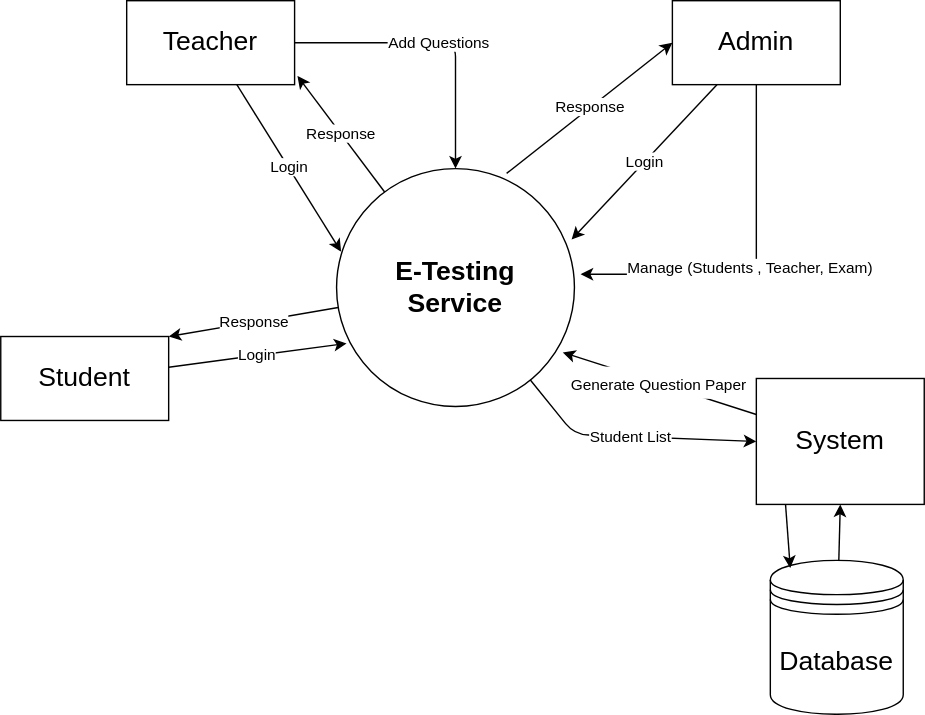
The draw.io diagram DFD lvl 0 .drawio.svg in Zaeem6100/FYP-Documents, before a commit. Source tidied: cells renumbered, new cells last; positions are measured from the earlier drawing's top-left corner, leaving out a move shared by most shapes.
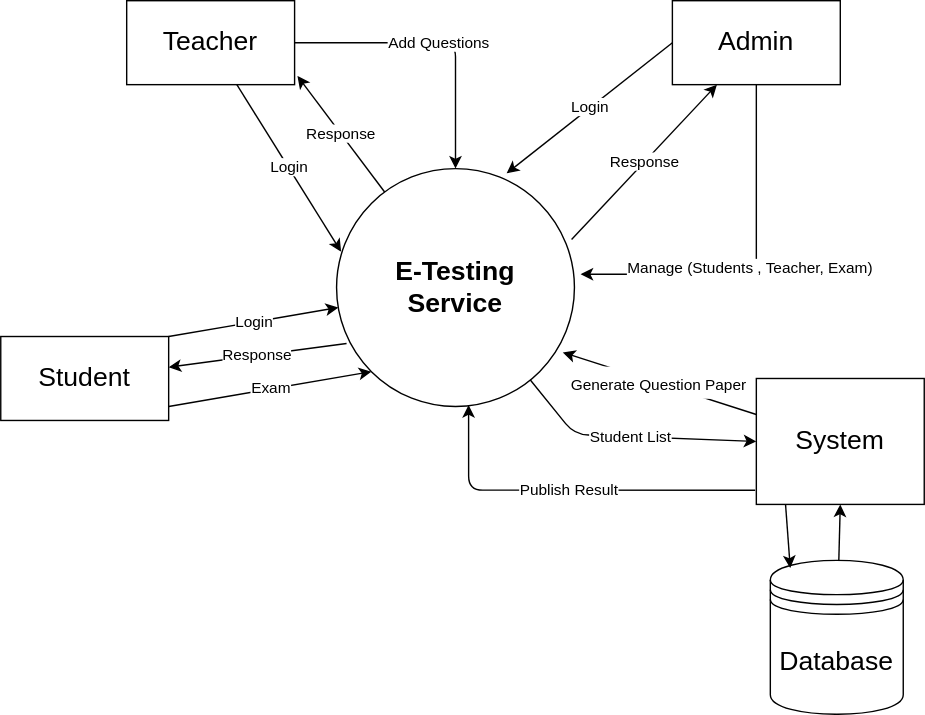
The same diagram one commit later.

Commit message:
Done DFD lvl 0

Diff of the diagram source:
```diff
@@ -5,7 +5,7 @@
     <mxCell id="2" value="Response" style="edgeStyle=none;rounded=1;jettySize=auto;html=1;entryX=1.017;entryY=0.897;entryDx=0;entryDy=0;fontSize=11;startArrow=none;startFill=0;endArrow=classic;endFill=1;entryPerimeter=0;" parent="1" edge="1" source="4" target="11">
       <mxGeometry relative="1" as="geometry" />
     </mxCell>
-    <mxCell id="3" value="Response" style="edgeStyle=none;rounded=1;jettySize=auto;html=1;entryX=1;entryY=0;entryDx=0;entryDy=0;fontSize=11;startArrow=none;startFill=0;endArrow=classic;endFill=1;" parent="1" edge="1" source="4" target="8">
+    <mxCell id="3" value="Login" style="edgeStyle=none;rounded=1;jettySize=auto;html=1;entryX=1;entryY=0;entryDx=0;entryDy=0;fontSize=11;startArrow=classic;startFill=1;endArrow=none;endFill=0;" parent="1" edge="1" source="4" target="8">
       <mxGeometry relative="1" as="geometry" />
     </mxCell>
     <mxCell id="4" value="&lt;div style=&quot;&quot;&gt;&lt;b style=&quot;background-color: initial;&quot;&gt;&lt;font style=&quot;font-size: 19px;&quot;&gt;E-Testing&lt;/font&gt;&lt;/b&gt;&lt;/div&gt;&lt;b&gt;&lt;div style=&quot;&quot;&gt;&lt;b style=&quot;background-color: initial;&quot;&gt;&lt;font style=&quot;font-size: 19px;&quot;&gt;Service&lt;/font&gt;&lt;/b&gt;&lt;/div&gt;&lt;/b&gt;" style="ellipse;whiteSpace=wrap;html=1;align=center;" parent="1" vertex="1">
@@ -17,9 +17,14 @@
     <mxCell id="6" value="Database" style="shape=datastore;whiteSpace=wrap;html=1;fontSize=19;" parent="1" vertex="1">
       <mxGeometry x="550" y="400" width="95" height="110" as="geometry" />
     </mxCell>
-    <mxCell id="7" value="Login" style="edgeStyle=none;rounded=1;jettySize=auto;html=1;entryX=0.042;entryY=0.735;entryDx=0;entryDy=0;fontSize=11;startArrow=none;startFill=0;endArrow=classic;endFill=1;entryPerimeter=0;" parent="1" edge="1" source="8" target="4">
+    <mxCell id="7" value="Response" style="edgeStyle=none;rounded=1;jettySize=auto;html=1;entryX=0.042;entryY=0.735;entryDx=0;entryDy=0;fontSize=11;startArrow=classic;startFill=1;endArrow=none;endFill=0;entryPerimeter=0;" parent="1" edge="1" source="8" target="4">
       <mxGeometry relative="1" as="geometry" />
     </mxCell>
+    <mxCell id="20" value="Exam" style="rounded=1;jettySize=auto;html=1;entryX=0;entryY=1;entryDx=0;entryDy=0;fontSize=11;startArrow=none;startFill=0;endArrow=classic;endFill=1;" parent="1" edge="1" target="4">
+      <mxGeometry relative="1" as="geometry">
+        <mxPoint x="120" y="290" as="sourcePoint" />
+      </mxGeometry>
+    </mxCell>
     <mxCell id="8" value="Student" style="rounded=0;whiteSpace=wrap;html=1;fontSize=19;" parent="1" vertex="1">
       <mxGeometry y="240" width="120" height="60" as="geometry" />
     </mxCell>
@@ -32,10 +37,10 @@
     <mxCell id="11" value="Teacher" style="rounded=0;whiteSpace=wrap;html=1;fontSize=19;" parent="1" vertex="1">
       <mxGeometry x="90" width="120" height="60" as="geometry" />
     </mxCell>
-    <mxCell id="12" value="Response" style="edgeStyle=none;rounded=1;jettySize=auto;html=1;entryX=0.715;entryY=0.02;entryDx=0;entryDy=0;entryPerimeter=0;fontSize=11;startArrow=classic;startFill=1;endArrow=none;endFill=0;exitX=0;exitY=0.5;exitDx=0;exitDy=0;" parent="1" edge="1" source="15" target="4">
+    <mxCell id="12" value="Login" style="edgeStyle=none;rounded=1;jettySize=auto;html=1;entryX=0.715;entryY=0.02;entryDx=0;entryDy=0;entryPerimeter=0;fontSize=11;startArrow=none;startFill=0;endArrow=classic;endFill=1;exitX=0;exitY=0.5;exitDx=0;exitDy=0;" parent="1" edge="1" source="15" target="4">
       <mxGeometry relative="1" as="geometry" />
     </mxCell>
-    <mxCell id="13" value="Login" style="edgeStyle=none;rounded=1;jettySize=auto;html=1;entryX=0.988;entryY=0.298;entryDx=0;entryDy=0;entryPerimeter=0;fontSize=11;startArrow=none;startFill=0;endArrow=classic;endFill=1;" parent="1" edge="1" source="15" target="4">
+    <mxCell id="13" value="Response" style="edgeStyle=none;rounded=1;jettySize=auto;html=1;entryX=0.988;entryY=0.298;entryDx=0;entryDy=0;entryPerimeter=0;fontSize=11;startArrow=classic;startFill=1;endArrow=none;endFill=0;" parent="1" edge="1" source="15" target="4">
       <mxGeometry relative="1" as="geometry" />
     </mxCell>
     <mxCell id="14" value="Manage (Students , Teacher, Exam)&amp;nbsp; &amp;nbsp;" style="edgeStyle=orthogonalEdgeStyle;rounded=1;jettySize=auto;html=1;entryX=1.026;entryY=0.444;entryDx=0;entryDy=0;entryPerimeter=0;fontSize=11;startArrow=none;startFill=0;endArrow=classic;endFill=1;" parent="1" edge="1" source="15" target="4">
@@ -61,6 +66,9 @@
     <mxCell id="18" style="rounded=1;jettySize=auto;html=1;entryX=0.15;entryY=0.05;entryDx=0;entryDy=0;entryPerimeter=0;fontSize=11;startArrow=none;startFill=0;endArrow=classic;endFill=1;exitX=0.173;exitY=0.983;exitDx=0;exitDy=0;exitPerimeter=0;" parent="1" edge="1" source="19" target="6">
       <mxGeometry relative="1" as="geometry" />
     </mxCell>
+    <mxCell id="21" value="Publish Result" style="edgeStyle=orthogonalEdgeStyle;rounded=1;jettySize=auto;html=1;entryX=0.555;entryY=0.994;entryDx=0;entryDy=0;entryPerimeter=0;fontSize=11;startArrow=none;startFill=0;endArrow=classic;endFill=1;exitX=-0.007;exitY=0.887;exitDx=0;exitDy=0;exitPerimeter=0;" parent="1" edge="1" source="19" target="4">
+      <mxGeometry relative="1" as="geometry" />
+    </mxCell>
     <mxCell id="19" value="System" style="rounded=0;whiteSpace=wrap;html=1;fontSize=19;" parent="1" vertex="1">
       <mxGeometry x="540" y="270" width="120" height="90" as="geometry" />
     </mxCell>
```
